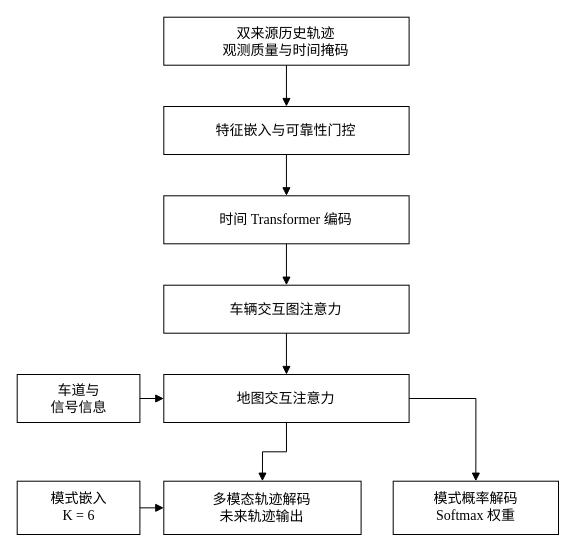
The draw.io diagram page "RC-STGT 轨迹预测模型结构" (3 of 6) of docs/figures/flowcharts_paper_2026-10-26/论文流程图.drawio in AaaBinfinity/OccluActiSafe, before the edit. Source tidied: cells renumbered, new cells numbered last; positions are measured from the earlier drawing's top-left corner, leaving out a move shared by most shapes. Both pictures are drawn from the tidied source at 100%, with x=0, y=0 at pixel (17, 17).
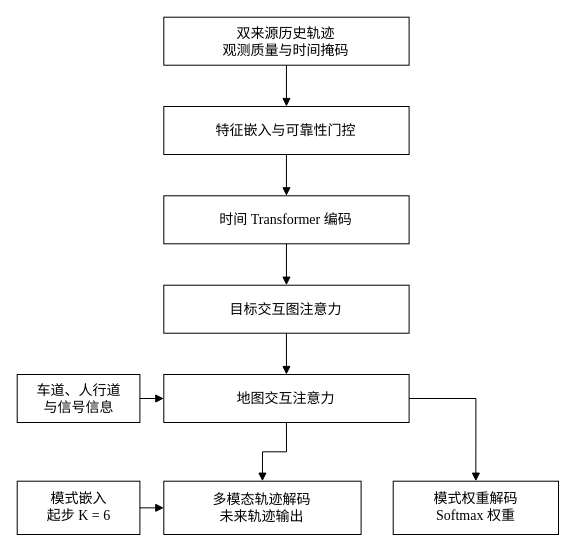
The same page after the edit.

The edit, as a diff of the source:
```diff
@@
-    <mxCell id="5" value="&lt;span style=&quot;white-space:pre;font-family:SimSun&quot;&gt;车辆交互图注意力&lt;/span&gt;" style="shape=rectangle;rounded=0;whiteSpace=wrap;html=1;fillColor=#ffffff;strokeColor=#000000;strokeWidth=1;fontColor=#000000;fontFamily=SimSun;fontSize=14;align=center;verticalAlign=middle;" parent="1" vertex="1">
+    <mxCell id="5" value="&lt;span style=&quot;white-space:pre;font-family:SimSun&quot;&gt;目标交互图注意力&lt;/span&gt;" style="shape=rectangle;rounded=0;whiteSpace=wrap;html=1;fillColor=#ffffff;strokeColor=#000000;strokeWidth=1;fontColor=#000000;fontFamily=SimSun;fontSize=14;align=center;verticalAlign=middle;" parent="1" vertex="1">
       <mxGeometry x="146.3" y="267.7" width="245.3" height="48" as="geometry" />
     </mxCell>
-    <mxCell id="6" value="&lt;span style=&quot;white-space:pre;font-family:SimSun&quot;&gt;车道与&lt;/span&gt;&lt;br&gt;&lt;span style=&quot;white-space:pre;font-family:SimSun&quot;&gt;信号信息&lt;/span&gt;" style="shape=rectangle;rounded=0;whiteSpace=wrap;html=1;fillColor=#ffffff;strokeColor=#000000;strokeWidth=1;fontColor=#000000;fontFamily=SimSun;fontSize=14;align=center;verticalAlign=middle;" parent="1" vertex="1">
+    <mxCell id="6" value="&lt;span style=&quot;white-space:pre;font-family:SimSun&quot;&gt;车道、人行道&lt;/span&gt;&lt;br&gt;&lt;span style=&quot;white-space:pre;font-family:SimSun&quot;&gt;与信号信息&lt;/span&gt;" style="shape=rectangle;rounded=0;whiteSpace=wrap;html=1;fillColor=#ffffff;strokeColor=#000000;strokeWidth=1;fontColor=#000000;fontFamily=SimSun;fontSize=14;align=center;verticalAlign=middle;" parent="1" vertex="1">
       <mxGeometry x="-0.3" y="357" width="122.7" height="48" as="geometry" />
     </mxCell>
@@
-    <mxCell id="8" value="&lt;span style=&quot;white-space:pre;font-family:SimSun&quot;&gt;模式嵌入&lt;/span&gt;&lt;br&gt;&lt;span style=&quot;white-space:pre;font-family:Times New Roman&quot;&gt;K = 6&lt;/span&gt;" style="shape=rectangle;rounded=0;whiteSpace=wrap;html=1;fillColor=#ffffff;strokeColor=#000000;strokeWidth=1;fontColor=#000000;fontFamily=SimSun;fontSize=14;align=center;verticalAlign=middle;" parent="1" vertex="1">
+    <mxCell id="8" value="&lt;span style=&quot;white-space:pre;font-family:SimSun&quot;&gt;模式嵌入&lt;/span&gt;&lt;br&gt;&lt;span style=&quot;white-space:pre;font-family:SimSun&quot;&gt;起步&lt;/span&gt;&lt;span style=&quot;white-space:pre;font-family:Times New Roman&quot;&gt; K = 6&lt;/span&gt;" style="shape=rectangle;rounded=0;whiteSpace=wrap;html=1;fillColor=#ffffff;strokeColor=#000000;strokeWidth=1;fontColor=#000000;fontFamily=SimSun;fontSize=14;align=center;verticalAlign=middle;" parent="1" vertex="1">
       <mxGeometry x="-0.3" y="463.7" width="122.7" height="53.3" as="geometry" />
     </mxCell>
@@
-    <mxCell id="10" value="&lt;span style=&quot;white-space:pre;font-family:SimSun&quot;&gt;模式概率解码&lt;/span&gt;&lt;br&gt;&lt;span style=&quot;white-space:pre;font-family:Times New Roman&quot;&gt;Softmax &lt;/span&gt;&lt;span style=&quot;white-space:pre;font-family:SimSun&quot;&gt;权重&lt;/span&gt;" style="shape=rectangle;rounded=0;whiteSpace=wrap;html=1;fillColor=#ffffff;strokeColor=#000000;strokeWidth=1;fontColor=#000000;fontFamily=SimSun;fontSize=14;align=center;verticalAlign=middle;" parent="1" vertex="1">
+    <mxCell id="10" value="&lt;span style=&quot;white-space:pre;font-family:SimSun&quot;&gt;模式权重解码&lt;/span&gt;&lt;br&gt;&lt;span style=&quot;white-space:pre;font-family:Times New Roman&quot;&gt;Softmax &lt;/span&gt;&lt;span style=&quot;white-space:pre;font-family:SimSun&quot;&gt;权重&lt;/span&gt;" style="shape=rectangle;rounded=0;whiteSpace=wrap;html=1;fillColor=#ffffff;strokeColor=#000000;strokeWidth=1;fontColor=#000000;fontFamily=SimSun;fontSize=14;align=center;verticalAlign=middle;" parent="1" vertex="1">
       <mxGeometry x="375.7" y="463.7" width="165.3" height="53.3" as="geometry" />
     </mxCell>
```
